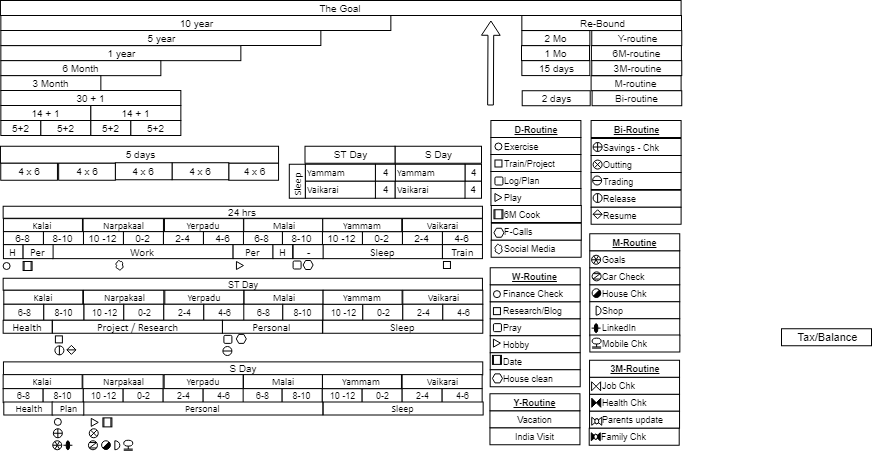
Above: Untitled Diagram-Page-2.png in sanjaipk/GreetingCards (draw.io), before the change. Source tidied: cells renumbered, new cells last; positions are measured from the earlier drawing's top-left corner, leaving out a move shared by most shapes.
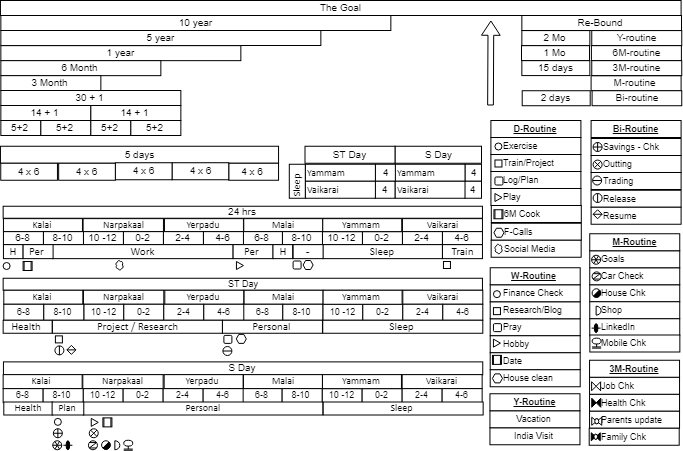
After the change.

What changed in the source:
```diff
@@ -341,9 +341,6 @@
     <mxCell id="113" value="Play" style="rounded=0;whiteSpace=wrap;html=1;fontSize=9;fontColor=#000000;align=left;spacingLeft=11;" parent="1" vertex="1">
       <mxGeometry x="490.5" y="188" width="90" height="17" as="geometry" />
     </mxCell>
-    <mxCell id="114" value="Tax/Balance" style="rounded=0;whiteSpace=wrap;html=1;fontSize=11;fontColor=#000000;align=center;" parent="1" vertex="1">
-      <mxGeometry x="781" y="328.2" width="90" height="17" as="geometry" />
-    </mxCell>
     <mxCell id="115" value="India Visit" style="rounded=0;whiteSpace=wrap;html=1;fontSize=9;fontColor=#000000;align=center;" parent="1" vertex="1">
       <mxGeometry x="489.5" y="427.2" width="90" height="17" as="geometry" />
     </mxCell>
```
